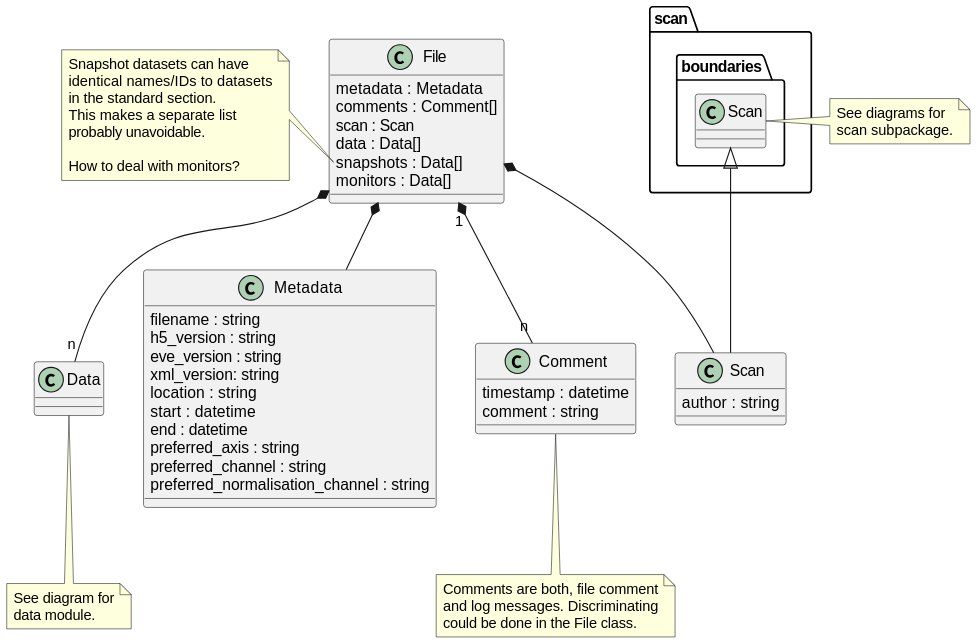
Above: docs/uml/evedata.evefile.file.svg in tillbiskup/evedata (PlantUML), before the change.
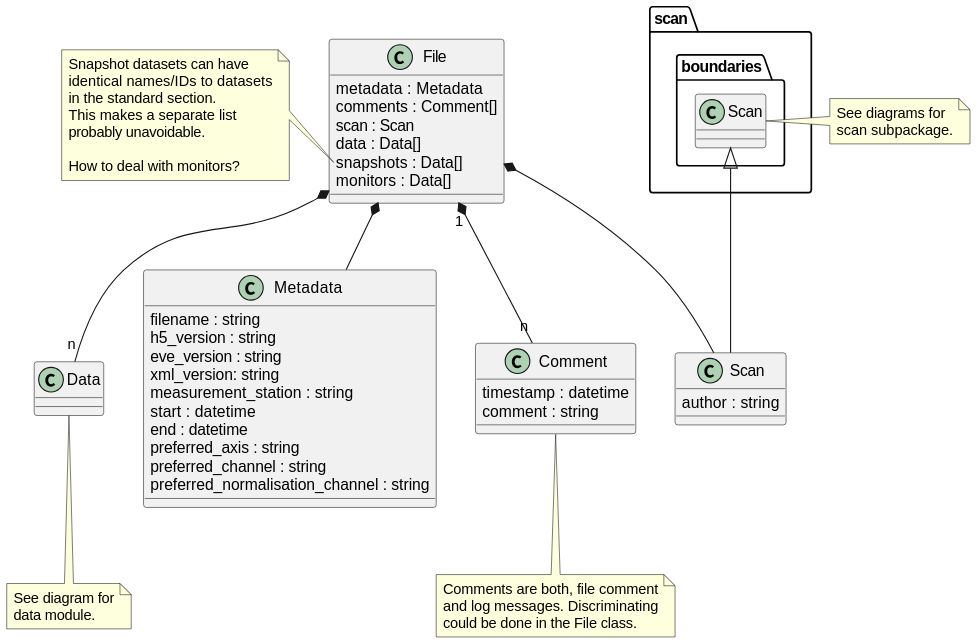
Above is the later version.

What changed in the source:
```diff
@@ -25,7 +25,7 @@
     h5_version : string
     eve_version : string
     xml_version: string
-    location : string
+    measurement_station : string
     start : datetime
     end : datetime
     preferred_axis : string
```
